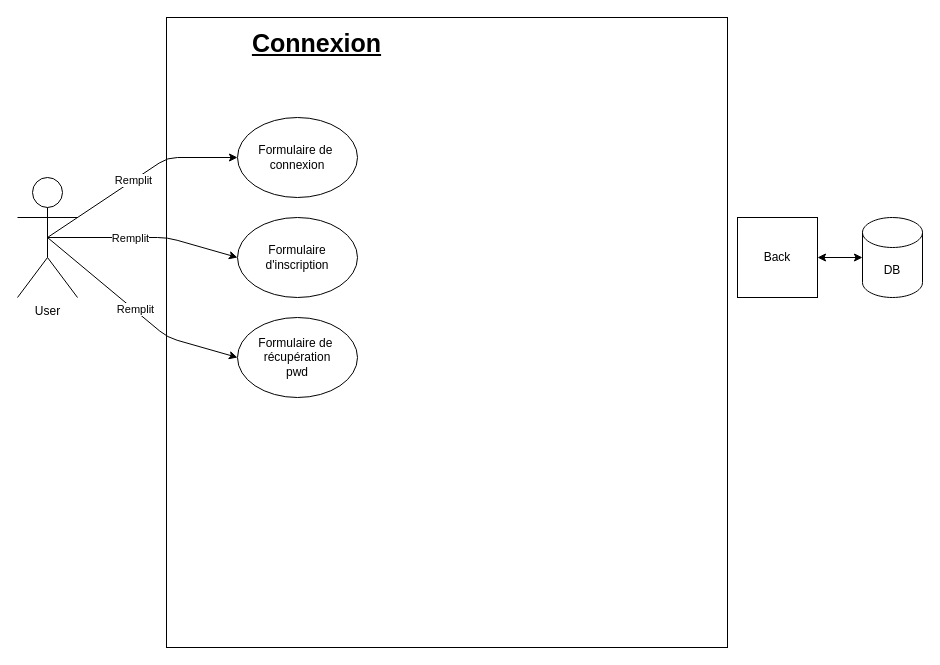
The draw.io diagram Diagrams/Login.drawio in W-D0n/LearnAtHome_10, before the edit. Source tidied: cells renumbered, new cells numbered last; positions are measured from the earlier drawing's top-left corner, leaving out a move shared by most shapes. Both pictures are drawn from the tidied source at 100%, with x=0, y=0 at pixel (17, 17).
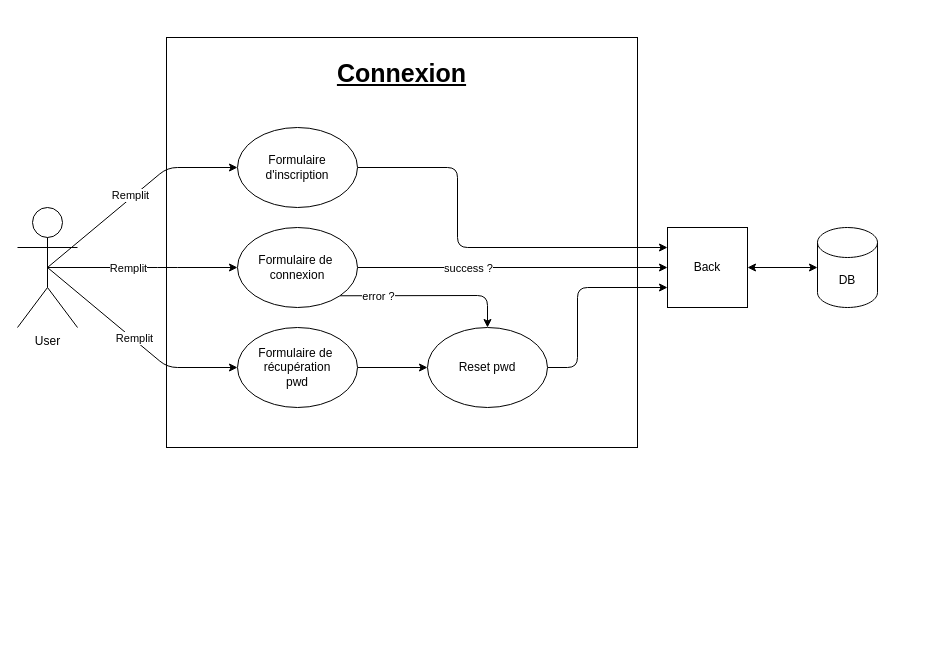
The same page after the edit.

The edit, as a diff of the source:
```diff
@@
     <mxCell id="2" style="whiteSpace=wrap;html=1;" parent="1" vertex="1">
-      <mxGeometry x="149" width="561" height="630" as="geometry" />
+      <mxGeometry x="149" y="20" width="471" height="410" as="geometry" />
     </mxCell>
-    <mxCell id="3" style="edgeStyle=none;html=1;exitX=0.5;exitY=0.5;exitDx=0;exitDy=0;exitPerimeter=0;entryX=0;entryY=0.5;entryDx=0;entryDy=0;" parent="1" edge="1" source="9" target="11">
+    <mxCell id="3" style="edgeStyle=none;html=1;exitX=0.5;exitY=0.5;exitDx=0;exitDy=0;exitPerimeter=0;entryX=0;entryY=0.5;entryDx=0;entryDy=0;" parent="1" edge="1" source="9" target="12">
       <mxGeometry relative="1" as="geometry">
         <Array as="points">
-          <mxPoint x="150" y="220" />
+          <mxPoint x="150" y="250" />
         </Array>
       </mxGeometry>
     </mxCell>
@@
-    <mxCell id="5" style="edgeStyle=none;html=1;exitX=0.5;exitY=0.5;exitDx=0;exitDy=0;exitPerimeter=0;entryX=0;entryY=0.5;entryDx=0;entryDy=0;" parent="1" edge="1" source="9" target="12">
+    <mxCell id="5" style="edgeStyle=none;html=1;exitX=0.5;exitY=0.5;exitDx=0;exitDy=0;exitPerimeter=0;entryX=0;entryY=0.5;entryDx=0;entryDy=0;" parent="1" edge="1" source="9" target="11">
       <mxGeometry relative="1" as="geometry">
         <Array as="points">
-          <mxPoint x="150" y="140" />
+          <mxPoint x="150" y="150" />
         </Array>
       </mxGeometry>
     </mxCell>
@@
     <mxCell id="7" style="edgeStyle=none;html=1;exitX=0.5;exitY=0.5;exitDx=0;exitDy=0;exitPerimeter=0;entryX=0;entryY=0.5;entryDx=0;entryDy=0;" parent="1" edge="1" source="9" target="13">
       <mxGeometry relative="1" as="geometry">
         <Array as="points">
-          <mxPoint x="150" y="320" />
+          <mxPoint x="150" y="350" />
         </Array>
       </mxGeometry>
     </mxCell>
@@
     <mxCell id="9" value="User" style="shape=umlActor;verticalLabelPosition=bottom;verticalAlign=top;html=1;outlineConnect=0;" parent="1" vertex="1">
-      <mxGeometry y="160" width="60" height="120" as="geometry" />
+      <mxGeometry y="190" width="60" height="120" as="geometry" />
     </mxCell>
     <mxCell id="10" value="&lt;font style=&quot;font-size: 25px&quot;&gt;&lt;font style=&quot;font-size: 25px&quot;&gt;&lt;u&gt;&lt;b&gt;Connexion&lt;/b&gt;&lt;/u&gt;&lt;/font&gt;&lt;br&gt;&lt;/font&gt;" style="text;html=1;strokeColor=none;fillColor=none;align=center;verticalAlign=middle;whiteSpace=wrap;rounded=0;" parent="1" vertex="1">
-      <mxGeometry x="174.2" y="10" width="250.5" height="30" as="geometry" />
+      <mxGeometry x="259.2" y="40" width="250.5" height="30" as="geometry" />
     </mxCell>
+    <mxCell id="17" style="edgeStyle=none;html=1;exitX=1;exitY=0.5;exitDx=0;exitDy=0;entryX=0;entryY=0.25;entryDx=0;entryDy=0;" parent="1" edge="1" source="11" target="15">
+      <mxGeometry relative="1" as="geometry">
+        <Array as="points">
+          <mxPoint x="440" y="150" />
+          <mxPoint x="440" y="230" />
+        </Array>
+      </mxGeometry>
+    </mxCell>
     <mxCell id="11" value="Formulaire&lt;br&gt;d'inscription" style="ellipse;whiteSpace=wrap;html=1;" parent="1" vertex="1">
-      <mxGeometry x="220" y="200" width="120" height="80" as="geometry" />
+      <mxGeometry x="220" y="110" width="120" height="80" as="geometry" />
     </mxCell>
+    <mxCell id="18" style="edgeStyle=none;html=1;exitX=1;exitY=1;exitDx=0;exitDy=0;entryX=0.5;entryY=0;entryDx=0;entryDy=0;" parent="1" edge="1" source="12" target="24">
+      <mxGeometry relative="1" as="geometry">
+        <Array as="points">
+          <mxPoint x="470" y="278" />
+        </Array>
+      </mxGeometry>
+    </mxCell>
+    <mxCell id="19" value="error ?" style="edgeLabel;html=1;align=center;verticalAlign=middle;" parent="18" vertex="1">
+      <mxGeometry x="-0.03" relative="1" as="geometry">
+        <mxPoint x="-49" as="offset" />
+      </mxGeometry>
+    </mxCell>
+    <mxCell id="20" style="edgeStyle=none;html=1;exitX=1;exitY=0.5;exitDx=0;exitDy=0;entryX=0;entryY=0.5;entryDx=0;entryDy=0;" parent="1" edge="1" source="12" target="15">
+      <mxGeometry relative="1" as="geometry" />
+    </mxCell>
+    <mxCell id="21" value="success ?" style="edgeLabel;html=1;align=center;verticalAlign=middle;" parent="20" vertex="1">
+      <mxGeometry x="-0.5" relative="1" as="geometry">
+        <mxPoint x="32" as="offset" />
+      </mxGeometry>
+    </mxCell>
     <mxCell id="12" value="Formulaire de&amp;nbsp;&lt;br&gt;connexion" style="ellipse;whiteSpace=wrap;html=1;" parent="1" vertex="1">
-      <mxGeometry x="220" y="100" width="120" height="80" as="geometry" />
+      <mxGeometry x="220" y="210" width="120" height="80" as="geometry" />
     </mxCell>
+    <mxCell id="22" style="edgeStyle=none;html=1;exitX=1;exitY=0.5;exitDx=0;exitDy=0;" parent="1" edge="1" source="13" target="24">
+      <mxGeometry relative="1" as="geometry" />
+    </mxCell>
     <mxCell id="13" value="Formulaire de&amp;nbsp;&lt;br&gt;récupération&lt;br&gt;pwd" style="ellipse;whiteSpace=wrap;html=1;" parent="1" vertex="1">
-      <mxGeometry x="220" y="300" width="120" height="80" as="geometry" />
+      <mxGeometry x="220" y="310" width="120" height="80" as="geometry" />
     </mxCell>
     <mxCell id="14" value="DB" style="shape=cylinder3;whiteSpace=wrap;html=1;boundedLbl=1;backgroundOutline=1;size=15;" parent="1" vertex="1">
-      <mxGeometry x="845" y="200" width="60" height="80" as="geometry" />
+      <mxGeometry x="800" y="210" width="60" height="80" as="geometry" />
     </mxCell>
     <mxCell id="15" value="Back" style="whiteSpace=wrap;html=1;" parent="1" vertex="1">
-      <mxGeometry x="720" y="200" width="80" height="80" as="geometry" />
+      <mxGeometry x="650" y="210" width="80" height="80" as="geometry" />
     </mxCell>
@@
+    <mxCell id="23" style="edgeStyle=none;html=1;exitX=1;exitY=0.5;exitDx=0;exitDy=0;entryX=0;entryY=0.75;entryDx=0;entryDy=0;" parent="1" edge="1" source="24" target="15">
+      <mxGeometry relative="1" as="geometry">
+        <Array as="points">
+          <mxPoint x="560" y="350" />
+          <mxPoint x="560" y="270" />
+        </Array>
+      </mxGeometry>
+    </mxCell>
+    <mxCell id="24" value="Reset pwd" style="ellipse;whiteSpace=wrap;html=1;" parent="1" vertex="1">
+      <mxGeometry x="410" y="310" width="120" height="80" as="geometry" />
+    </mxCell>
```
